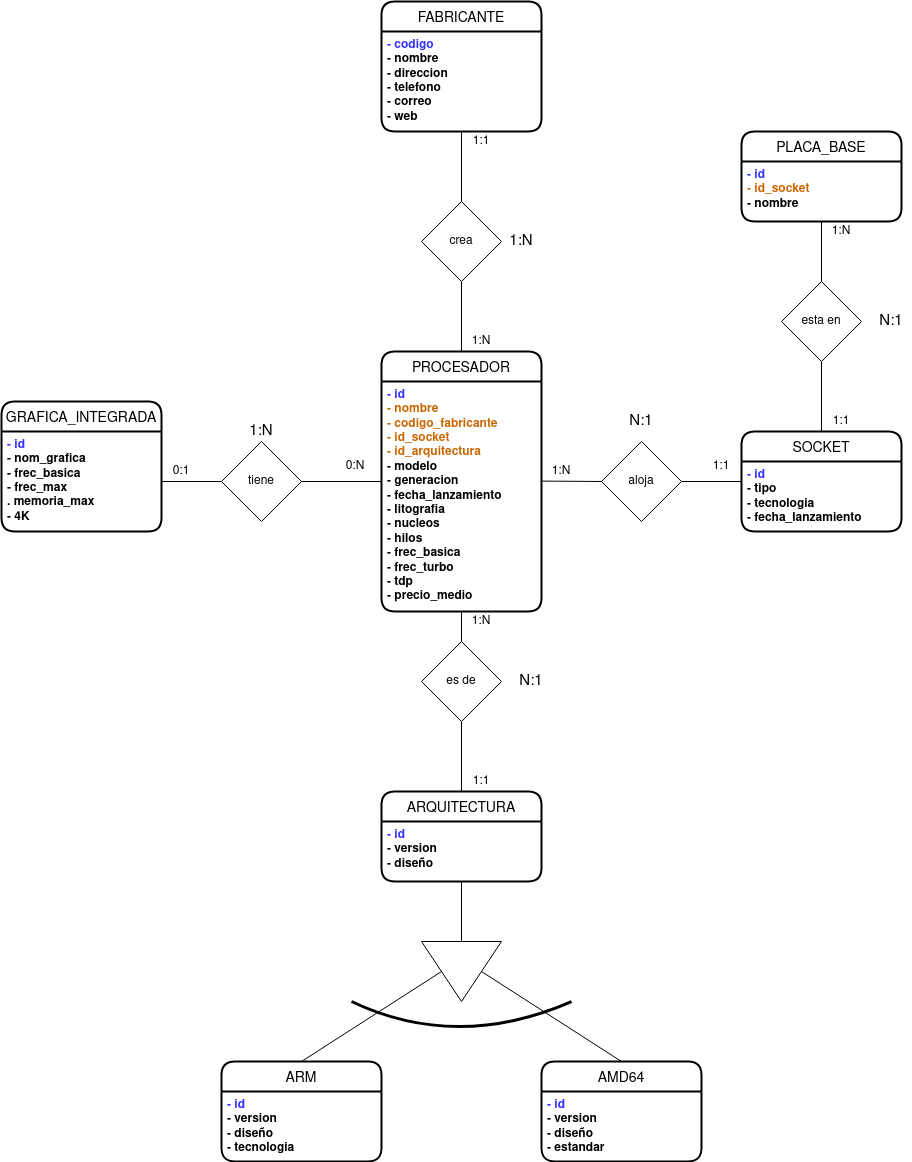
The draw.io diagram images/Trabajo_Final_BAE(3).png in Alejandro1901/ProcesadoresDB, before a commit. Source tidied: cells renumbered, new cells last; positions are measured from the earlier drawing's top-left corner, leaving out a move shared by most shapes.
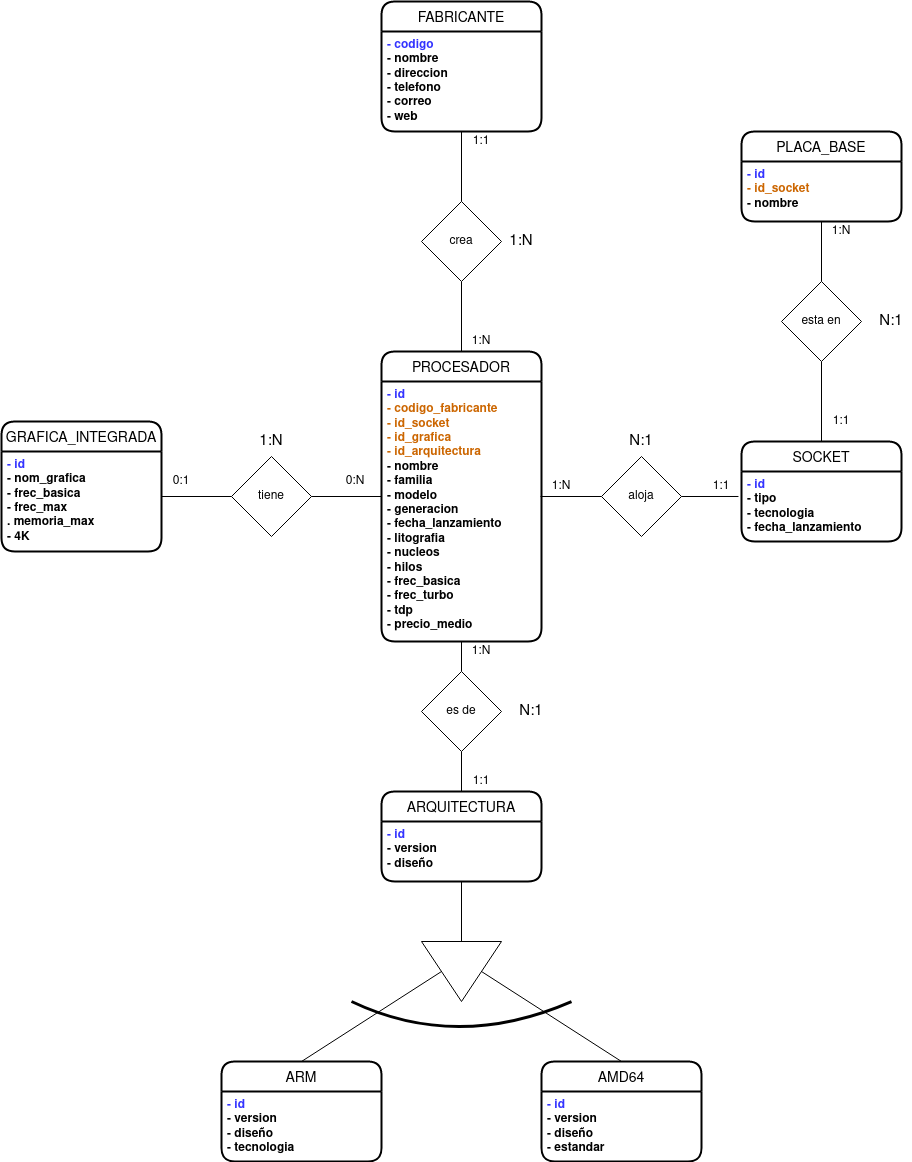
Above is the later version.

Commit message:
cambios en diagramas

Change to the diagram source:
```diff
@@ -3,19 +3,19 @@
     <mxCell id="0" />
     <mxCell id="1" parent="0" />
     <mxCell id="2" value="PROCESADOR" style="swimlane;horizontal=1;startSize=30;rounded=1;fontSize=14;fontStyle=0;strokeWidth=2;shadow=0;dashed=0;align=center;" parent="1" vertex="1">
-      <mxGeometry x="380" y="350" width="160" height="260" as="geometry" />
+      <mxGeometry x="380" y="350" width="160" height="290" as="geometry" />
     </mxCell>
-    <mxCell id="3" value="&lt;div&gt;- id&lt;br&gt;&lt;/div&gt;&lt;div&gt;&lt;font color=&quot;#CC6600&quot;&gt;- nombre&lt;/font&gt;&lt;/div&gt;&lt;font color=&quot;#CC6600&quot;&gt;- codigo_fabricante&lt;br&gt;- id_socket&lt;br&gt;&lt;/font&gt;&lt;div&gt;&lt;font color=&quot;#CC6600&quot;&gt;- id_arquitectura&lt;/font&gt;&lt;/div&gt;&lt;div&gt;&lt;font color=&quot;#CC6600&quot;&gt;&lt;font color=&quot;#000000&quot;&gt;- modelo&lt;/font&gt;&lt;/font&gt;&lt;/div&gt;&lt;div&gt;&lt;font color=&quot;#CC6600&quot;&gt;&lt;font color=&quot;#000000&quot;&gt;- generacion&lt;/font&gt;&lt;/font&gt;&lt;/div&gt;&lt;div&gt;&lt;font color=&quot;#CC6600&quot;&gt;&lt;font color=&quot;#000000&quot;&gt;- fecha_lanzamiento&lt;/font&gt;&lt;/font&gt;&lt;/div&gt;&lt;div&gt;&lt;font color=&quot;#CC6600&quot;&gt;&lt;font color=&quot;#000000&quot;&gt;- litografia&lt;/font&gt;&lt;/font&gt;&lt;/div&gt;&lt;div&gt;&lt;font color=&quot;#CC6600&quot;&gt;&lt;font color=&quot;#000000&quot;&gt;- nucleos&lt;/font&gt;&lt;/font&gt;&lt;/div&gt;&lt;div&gt;&lt;font color=&quot;#CC6600&quot;&gt;&lt;font color=&quot;#000000&quot;&gt;- hilos&lt;/font&gt;&lt;/font&gt;&lt;/div&gt;&lt;div&gt;&lt;font color=&quot;#CC6600&quot;&gt;&lt;font color=&quot;#000000&quot;&gt;- frec_basica&lt;/font&gt;&lt;/font&gt;&lt;/div&gt;&lt;div&gt;&lt;font color=&quot;#CC6600&quot;&gt;&lt;font color=&quot;#000000&quot;&gt;- frec_turbo&lt;/font&gt;&lt;/font&gt;&lt;/div&gt;&lt;div&gt;&lt;font color=&quot;#CC6600&quot;&gt;&lt;font color=&quot;#000000&quot;&gt;- tdp&lt;/font&gt;&lt;/font&gt;&lt;/div&gt;&lt;div&gt;&lt;font color=&quot;#000000&quot;&gt;- precio_medio&lt;/font&gt;&lt;br&gt;&lt;/div&gt;" style="align=left;strokeColor=none;fillColor=none;spacingLeft=4;fontSize=12;verticalAlign=top;fontStyle=1;fontColor=#3333FF;html=1;" parent="2" vertex="1">
-      <mxGeometry y="30" width="160" height="230" as="geometry" />
+    <mxCell id="3" value="&lt;div&gt;- id&lt;br&gt;&lt;/div&gt;&lt;font color=&quot;#CC6600&quot;&gt;- codigo_fabricante&lt;br&gt;&lt;/font&gt;&lt;div&gt;&lt;font color=&quot;#CC6600&quot;&gt;- id_socket&lt;br&gt;&lt;/font&gt;&lt;/div&gt;&lt;div&gt;&lt;font color=&quot;#CC6600&quot;&gt;- id_grafica&lt;/font&gt;&lt;br&gt;&lt;/div&gt;&lt;div&gt;&lt;font color=&quot;#CC6600&quot;&gt;- id_arquitectura&lt;/font&gt;&lt;br&gt;&lt;font color=&quot;#CC6600&quot;&gt;&lt;font color=&quot;#000000&quot;&gt;- nombre&lt;/font&gt;&lt;/font&gt;&lt;/div&gt;&lt;div&gt;&lt;font color=&quot;#CC6600&quot;&gt;&lt;font color=&quot;#000000&quot;&gt;- familia&lt;br&gt;&lt;/font&gt;&lt;/font&gt;&lt;/div&gt;&lt;div&gt;&lt;font color=&quot;#CC6600&quot;&gt;&lt;font color=&quot;#000000&quot;&gt;- modelo&lt;/font&gt;&lt;/font&gt;&lt;/div&gt;&lt;div&gt;&lt;font color=&quot;#CC6600&quot;&gt;&lt;font color=&quot;#000000&quot;&gt;- generacion&lt;/font&gt;&lt;/font&gt;&lt;/div&gt;&lt;div&gt;&lt;font color=&quot;#CC6600&quot;&gt;&lt;font color=&quot;#000000&quot;&gt;- fecha_lanzamiento&lt;/font&gt;&lt;/font&gt;&lt;/div&gt;&lt;div&gt;&lt;font color=&quot;#CC6600&quot;&gt;&lt;font color=&quot;#000000&quot;&gt;- litografia&lt;/font&gt;&lt;/font&gt;&lt;/div&gt;&lt;div&gt;&lt;font color=&quot;#CC6600&quot;&gt;&lt;font color=&quot;#000000&quot;&gt;- nucleos&lt;/font&gt;&lt;/font&gt;&lt;/div&gt;&lt;div&gt;&lt;font color=&quot;#CC6600&quot;&gt;&lt;font color=&quot;#000000&quot;&gt;- hilos&lt;/font&gt;&lt;/font&gt;&lt;/div&gt;&lt;div&gt;&lt;font color=&quot;#CC6600&quot;&gt;&lt;font color=&quot;#000000&quot;&gt;- frec_basica&lt;/font&gt;&lt;/font&gt;&lt;/div&gt;&lt;div&gt;&lt;font color=&quot;#CC6600&quot;&gt;&lt;font color=&quot;#000000&quot;&gt;- frec_turbo&lt;/font&gt;&lt;/font&gt;&lt;/div&gt;&lt;div&gt;&lt;font color=&quot;#CC6600&quot;&gt;&lt;font color=&quot;#000000&quot;&gt;- tdp&lt;/font&gt;&lt;/font&gt;&lt;/div&gt;&lt;div&gt;&lt;font color=&quot;#000000&quot;&gt;- precio_medio&lt;/font&gt;&lt;br&gt;&lt;/div&gt;" style="align=left;strokeColor=none;fillColor=none;spacingLeft=4;fontSize=12;verticalAlign=top;fontStyle=1;fontColor=#3333FF;html=1;" parent="2" vertex="1">
+      <mxGeometry y="30" width="160" height="260" as="geometry" />
     </mxCell>
     <mxCell id="4" value="GRAFICA_INTEGRADA" style="swimlane;horizontal=1;startSize=30;rounded=1;fontSize=14;fontStyle=0;strokeWidth=2;shadow=0;dashed=0;align=center;" parent="1" vertex="1">
-      <mxGeometry y="400" width="160" height="130" as="geometry" />
+      <mxGeometry y="420" width="160" height="130" as="geometry" />
     </mxCell>
     <mxCell id="5" value="&lt;div&gt;- id&lt;/div&gt;&lt;div&gt;&lt;font color=&quot;#000000&quot;&gt;- nom_grafica&lt;/font&gt;&lt;/div&gt;&lt;div&gt;&lt;font color=&quot;#000000&quot;&gt;- frec_basica&lt;/font&gt;&lt;/div&gt;&lt;div&gt;&lt;font color=&quot;#000000&quot;&gt;- frec_max&lt;/font&gt;&lt;/div&gt;&lt;div&gt;&lt;font color=&quot;#000000&quot;&gt;. memoria_max&lt;/font&gt;&lt;/div&gt;&lt;div&gt;&lt;font color=&quot;#000000&quot;&gt;- 4K&lt;/font&gt;&lt;br&gt;&lt;/div&gt;" style="align=left;strokeColor=none;fillColor=none;spacingLeft=4;fontSize=12;verticalAlign=top;fontStyle=1;fontColor=#3333FF;html=1;" parent="4" vertex="1">
       <mxGeometry y="30" width="160" height="100" as="geometry" />
     </mxCell>
     <mxCell id="6" value="SOCKET" style="swimlane;horizontal=1;startSize=30;rounded=1;fontSize=14;fontStyle=0;strokeWidth=2;shadow=0;dashed=0;align=center;" parent="1" vertex="1">
-      <mxGeometry x="740" y="430" width="160" height="100" as="geometry" />
+      <mxGeometry x="740" y="440" width="160" height="100" as="geometry" />
     </mxCell>
     <mxCell id="7" value="&lt;div&gt;- id&lt;/div&gt;&lt;div&gt;&lt;font color=&quot;#000000&quot;&gt;- tipo&lt;/font&gt;&lt;/div&gt;&lt;div&gt;&lt;font color=&quot;#000000&quot;&gt;- tecnologia&lt;/font&gt;&lt;/div&gt;&lt;div&gt;&lt;font color=&quot;#000000&quot;&gt;- fecha_lanzamiento&lt;/font&gt;&lt;br&gt;&lt;/div&gt;" style="align=left;strokeColor=none;fillColor=none;spacingLeft=4;fontSize=12;verticalAlign=top;fontStyle=1;fontColor=#3333FF;html=1;" parent="6" vertex="1">
       <mxGeometry y="30" width="160" height="70" as="geometry" />
@@ -45,24 +45,28 @@
       <mxGeometry y="30" width="160" height="70" as="geometry" />
     </mxCell>
     <mxCell id="16" value="&lt;div align=&quot;center&quot;&gt;tiene&lt;/div&gt;" style="rhombus;whiteSpace=wrap;html=1;align=center;" parent="1" vertex="1">
-      <mxGeometry x="220" y="440" width="80" height="80" as="geometry" />
+      <mxGeometry x="230" y="455" width="80" height="80" as="geometry" />
     </mxCell>
     <mxCell id="17" style="endArrow=none;html=1;fontColor=#000000;exitX=1;exitY=0.5;exitDx=0;exitDy=0;entryX=0;entryY=0.5;entryDx=0;entryDy=0;" parent="1" edge="1" source="16" target="2">
       <mxGeometry relative="1" as="geometry" />
     </mxCell>
-    <mxCell id="18" style="endArrow=none;html=1;fontColor=#000000;entryX=0;entryY=0.5;entryDx=0;entryDy=0;exitX=1;exitY=0.5;exitDx=0;exitDy=0;" parent="1" edge="1" source="5" target="16">
-      <mxGeometry relative="1" as="geometry" />
+    <mxCell id="18" style="endArrow=none;html=1;fontColor=#000000;entryX=0;entryY=0.5;entryDx=0;entryDy=0;" parent="1" edge="1" target="16">
+      <mxGeometry relative="1" as="geometry">
+        <mxPoint x="160" y="495" as="sourcePoint" />
+      </mxGeometry>
     </mxCell>
     <mxCell id="19" value="&lt;div align=&quot;center&quot;&gt;aloja&lt;/div&gt;" style="rhombus;whiteSpace=wrap;html=1;fontColor=#000000;align=center;" parent="1" vertex="1">
-      <mxGeometry x="600" y="440" width="80" height="80" as="geometry" />
+      <mxGeometry x="600" y="455" width="80" height="80" as="geometry" />
     </mxCell>
     <mxCell id="20" value="crea" style="rhombus;whiteSpace=wrap;html=1;fontColor=#000000;align=center;" parent="1" vertex="1">
       <mxGeometry x="420" y="200" width="80" height="80" as="geometry" />
     </mxCell>
-    <mxCell id="21" style="endArrow=none;html=1;fontColor=#000000;exitX=0.994;exitY=0.433;exitDx=0;exitDy=0;exitPerimeter=0;entryX=0;entryY=0.5;entryDx=0;entryDy=0;" parent="1" edge="1" source="3" target="19">
-      <mxGeometry relative="1" as="geometry" />
+    <mxCell id="21" style="endArrow=none;html=1;fontColor=#000000;entryX=0;entryY=0.5;entryDx=0;entryDy=0;" parent="1" edge="1" target="19">
+      <mxGeometry relative="1" as="geometry">
+        <mxPoint x="539" y="495" as="sourcePoint" />
+      </mxGeometry>
     </mxCell>
-    <mxCell id="22" style="endArrow=none;html=1;fontColor=#000000;exitX=1;exitY=0.5;exitDx=0;exitDy=0;entryX=0;entryY=0.5;entryDx=0;entryDy=0;" parent="1" edge="1" source="19" target="6">
+    <mxCell id="22" style="endArrow=none;html=1;fontColor=#000000;exitX=1;exitY=0.5;exitDx=0;exitDy=0;entryX=-0.019;entryY=0.357;entryDx=0;entryDy=0;entryPerimeter=0;" parent="1" edge="1" source="19" target="7">
       <mxGeometry relative="1" as="geometry" />
     </mxCell>
     <mxCell id="23" style="endArrow=none;html=1;fontColor=#000000;exitX=0.5;exitY=0;exitDx=0;exitDy=0;entryX=0.5;entryY=1;entryDx=0;entryDy=0;" parent="1" edge="1" source="2" target="20">
@@ -75,7 +79,7 @@
       <mxGeometry relative="1" as="geometry" />
     </mxCell>
     <mxCell id="26" value="&lt;div&gt;es de&lt;br&gt;&lt;/div&gt;" style="rhombus;whiteSpace=wrap;html=1;fontColor=#000000;align=center;" parent="1" vertex="1">
-      <mxGeometry x="420" y="640" width="80" height="80" as="geometry" />
+      <mxGeometry x="420" y="670" width="80" height="80" as="geometry" />
     </mxCell>
     <mxCell id="27" style="endArrow=none;html=1;fontColor=#000000;entryX=0.5;entryY=1;entryDx=0;entryDy=0;exitX=0.5;exitY=0;exitDx=0;exitDy=0;" parent="1" edge="1" source="10" target="26">
       <mxGeometry relative="1" as="geometry" />
@@ -111,16 +115,16 @@
       <mxGeometry x="500" y="230" width="40" height="20" as="geometry" />
     </mxCell>
     <mxCell id="36" value="0:1" style="text;html=1;strokeColor=none;fillColor=none;align=center;verticalAlign=middle;whiteSpace=wrap;rounded=0;fontColor=#000000;" parent="1" vertex="1">
-      <mxGeometry x="160" y="460" width="40" height="20" as="geometry" />
+      <mxGeometry x="160" y="470" width="40" height="20" as="geometry" />
     </mxCell>
     <mxCell id="37" value="0:N" style="text;html=1;strokeColor=none;fillColor=none;align=center;verticalAlign=middle;whiteSpace=wrap;rounded=0;fontColor=#000000;" parent="1" vertex="1">
-      <mxGeometry x="334" y="455" width="40" height="20" as="geometry" />
+      <mxGeometry x="334" y="470" width="40" height="20" as="geometry" />
     </mxCell>
     <mxCell id="38" value="&lt;font style=&quot;font-size: 15px&quot;&gt;1:N&lt;/font&gt;" style="text;html=1;strokeColor=none;fillColor=none;align=center;verticalAlign=middle;whiteSpace=wrap;rounded=0;fontColor=#000000;" parent="1" vertex="1">
-      <mxGeometry x="240" y="420" width="40" height="20" as="geometry" />
+      <mxGeometry x="250" y="430" width="40" height="20" as="geometry" />
     </mxCell>
     <mxCell id="39" value="1:1" style="text;html=1;strokeColor=none;fillColor=none;align=center;verticalAlign=middle;whiteSpace=wrap;rounded=0;fontColor=#000000;" parent="1" vertex="1">
-      <mxGeometry x="700" y="455" width="40" height="20" as="geometry" />
+      <mxGeometry x="700" y="475" width="40" height="20" as="geometry" />
     </mxCell>
     <mxCell id="40" value="PLACA_BASE" style="swimlane;horizontal=1;startSize=30;rounded=1;fontSize=14;fontStyle=0;strokeWidth=2;shadow=0;dashed=0;align=center;" parent="1" vertex="1">
       <mxGeometry x="740" y="130" width="160" height="90" as="geometry" />
@@ -138,10 +142,10 @@
       <mxGeometry relative="1" as="geometry" />
     </mxCell>
     <mxCell id="45" value="1:N" style="text;html=1;strokeColor=none;fillColor=none;align=center;verticalAlign=middle;whiteSpace=wrap;rounded=0;fontColor=#000000;" parent="1" vertex="1">
-      <mxGeometry x="540" y="460" width="40" height="20" as="geometry" />
+      <mxGeometry x="540" y="475" width="40" height="20" as="geometry" />
     </mxCell>
     <mxCell id="46" value="&lt;font style=&quot;font-size: 15px&quot;&gt;N:1&lt;/font&gt;" style="text;html=1;strokeColor=none;fillColor=none;align=center;verticalAlign=middle;whiteSpace=wrap;rounded=0;fontColor=#000000;" parent="1" vertex="1">
-      <mxGeometry x="620" y="410" width="40" height="20" as="geometry" />
+      <mxGeometry x="620" y="430" width="40" height="20" as="geometry" />
     </mxCell>
     <mxCell id="47" value="1:1" style="text;html=1;strokeColor=none;fillColor=none;align=center;verticalAlign=middle;whiteSpace=wrap;rounded=0;fontColor=#000000;" parent="1" vertex="1">
       <mxGeometry x="820" y="410" width="40" height="20" as="geometry" />
@@ -156,10 +160,10 @@
       <mxGeometry x="460" y="770" width="40" height="20" as="geometry" />
     </mxCell>
     <mxCell id="51" value="1:N" style="text;html=1;strokeColor=none;fillColor=none;align=center;verticalAlign=middle;whiteSpace=wrap;rounded=0;fontColor=#000000;" parent="1" vertex="1">
-      <mxGeometry x="460" y="610" width="40" height="20" as="geometry" />
+      <mxGeometry x="460" y="640" width="40" height="20" as="geometry" />
     </mxCell>
     <mxCell id="52" value="&lt;font style=&quot;font-size: 15px&quot;&gt;N:1&lt;/font&gt;" style="text;html=1;strokeColor=none;fillColor=none;align=center;verticalAlign=middle;whiteSpace=wrap;rounded=0;fontColor=#000000;" parent="1" vertex="1">
-      <mxGeometry x="510" y="670" width="40" height="20" as="geometry" />
+      <mxGeometry x="510" y="700" width="40" height="20" as="geometry" />
     </mxCell>
   </root>
 </mxGraphModel>
```
